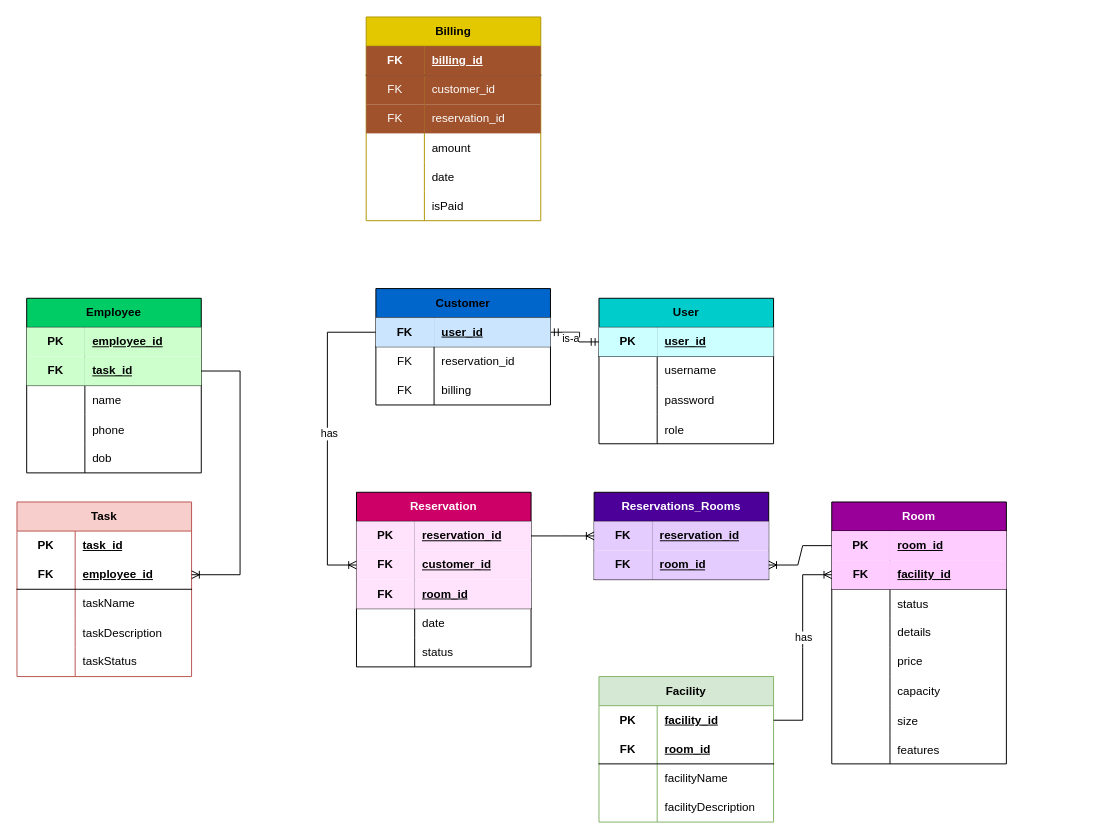
The draw.io diagram HotelManagmentSystemER.drawio in dana-akesh/hotel-management-system, before the edit. Source tidied: cells renumbered, new cells numbered last; positions are measured from the earlier drawing's top-left corner, leaving out a move shared by most shapes. Both pictures are drawn from the tidied source at 97%, with x=0, y=0 at pixel (16, 16).
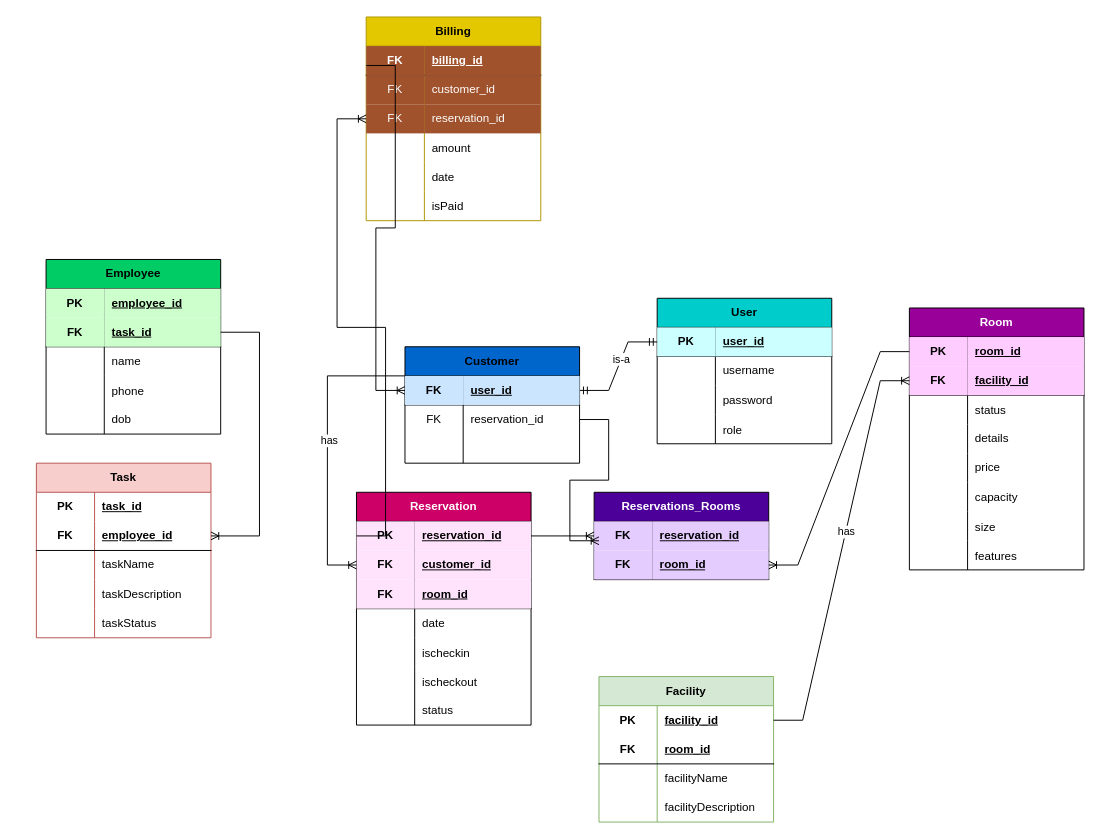
The same diagram, later.

The change refers to these unchanged cells:
```xml
<mxCell id="6" style="shape=tableRow;horizontal=0;startSize=0;swimlaneHead=0;swimlaneBody=0;fillColor=none;points=[[0,0.5],[1,0.5]];portConstraint=eastwest;top=0;left=0;right=0;bottom=1;html=1;" parent="2" vertex="1">
  <mxGeometry y="60" width="180" height="30" as="geometry" />
</mxCell>
<mxCell id="44" style="shape=tableRow;horizontal=0;startSize=0;swimlaneHead=0;swimlaneBody=0;fillColor=none;points=[[0,0.5],[1,0.5]];portConstraint=eastwest;top=0;left=0;right=0;bottom=0;html=1;" parent="43" vertex="1">
  <mxGeometry y="30" width="180" height="30" as="geometry" />
</mxCell>
<mxCell id="47" style="shape=tableRow;horizontal=0;startSize=0;swimlaneHead=0;swimlaneBody=0;fillColor=none;points=[[0,0.5],[1,0.5]];portConstraint=eastwest;top=0;left=0;right=0;bottom=0;" parent="43" vertex="1">
  <mxGeometry y="60" width="180" height="30" as="geometry" />
</mxCell>
<mxCell id="104" style="shape=tableRow;horizontal=0;startSize=0;swimlaneHead=0;swimlaneBody=0;fillColor=none;points=[[0,0.5],[1,0.5]];portConstraint=eastwest;top=0;left=0;right=0;bottom=1;html=1;" parent="100" vertex="1">
  <mxGeometry y="60" width="180" height="30" as="geometry" />
</mxCell>
<mxCell id="118" style="shape=tableRow;horizontal=0;startSize=0;swimlaneHead=0;swimlaneBody=0;fillColor=none;points=[[0,0.5],[1,0.5]];portConstraint=eastwest;top=0;left=0;right=0;bottom=1;html=1;strokeColor=#000000;" parent="117" vertex="1">
  <mxGeometry y="30" width="180" height="30" as="geometry" />
</mxCell>
<mxCell id="121" style="shape=tableRow;horizontal=0;startSize=0;swimlaneHead=0;swimlaneBody=0;fillColor=none;points=[[0,0.5],[1,0.5]];portConstraint=eastwest;top=0;left=0;right=0;bottom=0;" parent="117" vertex="1">
  <mxGeometry y="60" width="180" height="30" as="geometry" />
</mxCell>
<mxCell id="124" style="shape=tableRow;horizontal=0;startSize=0;swimlaneHead=0;swimlaneBody=0;fillColor=none;top=0;left=0;right=0;bottom=0;" parent="117" vertex="1">
  <mxGeometry y="90" width="180" height="30" as="geometry" />
</mxCell>
<mxCell id="134" style="shape=tableRow;horizontal=0;startSize=0;swimlaneHead=0;swimlaneBody=0;fillColor=none;points=[[0,0.5],[1,0.5]];portConstraint=eastwest;top=0;left=0;right=0;bottom=0;" parent="127" vertex="1">
  <mxGeometry y="90" width="180" height="30" as="geometry" />
</mxCell>
```

Change to the diagram source:
```diff
@@
     <mxCell id="2" value="Employee" style="shape=table;startSize=30;childLayout=tableLayout;rowLines=0;fontStyle=1;align=center;html=1;whiteSpace=wrap;fillColor=#00CC66;" parent="1" vertex="1">
-      <mxGeometry x="10" y="290" width="180" height="180" as="geometry" />
+      <mxGeometry x="30" y="250" width="180" height="180" as="geometry" />
     </mxCell>
@@
     <mxCell id="18" value="&lt;font color=&quot;#ffffff&quot;&gt;Room&lt;/font&gt;" style="shape=table;startSize=30;childLayout=tableLayout;rowLines=0;fontStyle=1;align=center;html=1;whiteSpace=wrap;fillColor=#990099;" parent="1" vertex="1">
-      <mxGeometry x="840" y="500" width="180" height="270" as="geometry" />
+      <mxGeometry x="920" y="300" width="180" height="270" as="geometry" />
     </mxCell>
@@
     <mxCell id="43" value="&lt;b&gt;&lt;font color=&quot;#ffffff&quot;&gt;Reservation&lt;/font&gt;&lt;/b&gt;" style="shape=table;startSize=30;childLayout=tableLayout;rowLines=0;fontStyle=1;align=center;html=1;whiteSpace=wrap;fillColor=#CC0066;" parent="1" vertex="1">
-      <mxGeometry x="350" y="490" width="180" height="180" as="geometry" />
+      <mxGeometry x="350" y="490" width="180" height="240" as="geometry" />
     </mxCell>
@@
+    <mxCell id="146" style="shape=tableRow;horizontal=0;startSize=0;swimlaneHead=0;swimlaneBody=0;fillColor=none;top=0;left=0;right=0;bottom=0;" parent="43" vertex="1">
+      <mxGeometry y="150" width="180" height="30" as="geometry" />
+    </mxCell>
+    <mxCell id="147" style="shape=partialRectangle;fillColor=none;top=0;left=0;bottom=0;right=0;overflow=hidden;" parent="146" vertex="1">
+      <mxGeometry width="60" height="30" as="geometry" />
+    </mxCell>
+    <mxCell id="148" value="ischeckin" style="shape=partialRectangle;fillColor=none;top=0;left=0;bottom=0;right=0;align=left;spacingLeft=6;overflow=hidden;" parent="146" vertex="1">
+      <mxGeometry x="60" width="120" height="30" as="geometry" />
+    </mxCell>
+    <mxCell id="149" style="shape=tableRow;horizontal=0;startSize=0;swimlaneHead=0;swimlaneBody=0;fillColor=none;top=0;left=0;right=0;bottom=0;" parent="43" vertex="1">
+      <mxGeometry y="180" width="180" height="30" as="geometry" />
+    </mxCell>
+    <mxCell id="150" style="shape=partialRectangle;fillColor=none;top=0;left=0;bottom=0;right=0;overflow=hidden;" parent="149" vertex="1">
+      <mxGeometry width="60" height="30" as="geometry" />
+    </mxCell>
+    <mxCell id="151" value="ischeckout" style="shape=partialRectangle;fillColor=none;top=0;left=0;bottom=0;right=0;align=left;spacingLeft=6;overflow=hidden;" parent="149" vertex="1">
+      <mxGeometry x="60" width="120" height="30" as="geometry" />
+    </mxCell>
     <mxCell id="56" style="shape=tableRow;horizontal=0;startSize=0;swimlaneHead=0;swimlaneBody=0;fillColor=none;top=0;left=0;right=0;bottom=0;html=1;" parent="43" vertex="1">
-      <mxGeometry y="150" width="180" height="30" as="geometry" />
+      <mxGeometry y="210" width="180" height="30" as="geometry" />
     </mxCell>
@@
-    <mxCell id="66" style="edgeStyle=elbowEdgeStyle;fontSize=12;html=1;endArrow=ERoneToMany;rounded=0;entryX=0;entryY=0.5;entryDx=0;entryDy=0;exitX=0;exitY=0.5;exitDx=0;exitDy=0;" parent="1" edge="1" target="47">
+    <mxCell id="66" style="edgeStyle=elbowEdgeStyle;fontSize=12;html=1;endArrow=ERoneToMany;rounded=0;entryX=0;entryY=0.5;entryDx=0;entryDy=0;exitX=0;exitY=0;exitDx=0;exitDy=0;exitPerimeter=0;" parent="1" edge="1" source="118" target="47">
       <mxGeometry relative="1" as="geometry">
-        <mxPoint x="370" y="325" as="sourcePoint" />
         <Array as="points">
           <mxPoint x="320" y="450" />
         </Array>
       </mxGeometry>
     </mxCell>
@@
     <mxCell id="83" value="User" style="shape=table;startSize=30;childLayout=tableLayout;rowLines=0;fontStyle=1;align=center;html=1;whiteSpace=wrap;fillColor=#00CCCC;" parent="1" vertex="1">
-      <mxGeometry x="600" y="290" width="180" height="150" as="geometry" />
+      <mxGeometry x="660" y="290" width="180" height="150" as="geometry" />
     </mxCell>
@@
     <mxCell id="100" value="Task" style="shape=table;startSize=30;childLayout=tableLayout;rowLines=0;fontStyle=1;align=center;html=1;whiteSpace=wrap;fillColor=#f8cecc;strokeColor=#b85450;" parent="1" vertex="1">
-      <mxGeometry y="500" width="180" height="180" as="geometry" />
+      <mxGeometry x="20" y="460" width="180" height="180" as="geometry" />
     </mxCell>
@@
     <mxCell id="116" style="edgeStyle=elbowEdgeStyle;fontSize=12;html=1;endArrow=ERoneToMany;rounded=0;exitX=1;exitY=0.5;exitDx=0;exitDy=0;entryX=1;entryY=0.5;entryDx=0;entryDy=0;" parent="1" edge="1" source="6" target="104">
       <mxGeometry relative="1" as="geometry">
         <Array as="points">
-          <mxPoint x="230" y="455" />
+          <mxPoint x="250" y="415" />
         </Array>
       </mxGeometry>
     </mxCell>
     <mxCell id="117" value="Customer" style="shape=table;startSize=30;childLayout=tableLayout;rowLines=0;fontStyle=1;align=center;html=1;whiteSpace=wrap;fillColor=#0066CC;" parent="1" vertex="1">
-      <mxGeometry x="370" y="280" width="180" height="120" as="geometry" />
+      <mxGeometry x="400" y="340" width="180" height="120" as="geometry" />
     </mxCell>
@@
-    <mxCell id="125" value="FK" style="shape=partialRectangle;fillColor=none;top=0;left=0;bottom=0;right=0;fontStyle=0;overflow=hidden;whiteSpace=wrap;html=1;" parent="124" vertex="1">
+    <mxCell id="125" style="shape=partialRectangle;fillColor=none;top=0;left=0;bottom=0;right=0;fontStyle=0;overflow=hidden;whiteSpace=wrap;html=1;" parent="124" vertex="1">
       <mxGeometry width="60" height="30" as="geometry" />
     </mxCell>
-    <mxCell id="126" value="billing" style="shape=partialRectangle;fillColor=none;top=0;left=0;bottom=0;right=0;align=left;spacingLeft=6;fontStyle=0;overflow=hidden;whiteSpace=wrap;html=1;" parent="124" vertex="1">
+    <mxCell id="126" style="shape=partialRectangle;fillColor=none;top=0;left=0;bottom=0;right=0;align=left;spacingLeft=6;fontStyle=0;overflow=hidden;whiteSpace=wrap;html=1;" parent="124" vertex="1">
       <mxGeometry x="60" width="120" height="30" as="geometry" />
     </mxCell>
@@
+    <mxCell id="152" style="edgeStyle=entityRelationEdgeStyle;fontSize=12;html=1;endArrow=ERoneToMany;rounded=0;entryX=0;entryY=0.5;entryDx=0;entryDy=0;" parent="1" edge="1" target="118">
+      <mxGeometry relative="1" as="geometry">
+        <mxPoint x="360" y="50" as="sourcePoint" />
+        <Array as="points">
+          <mxPoint x="320" y="120" />
+        </Array>
+      </mxGeometry>
+    </mxCell>
+    <mxCell id="153" style="edgeStyle=entityRelationEdgeStyle;fontSize=12;html=1;endArrow=ERoneToMany;rounded=0;entryX=0;entryY=0.5;entryDx=0;entryDy=0;exitX=0;exitY=0.5;exitDx=0;exitDy=0;" parent="1" edge="1" source="44" target="134">
+      <mxGeometry relative="1" as="geometry" />
+    </mxCell>
+    <mxCell id="154" style="edgeStyle=entityRelationEdgeStyle;fontSize=12;html=1;endArrow=ERoneToMany;rounded=0;exitX=1;exitY=0.5;exitDx=0;exitDy=0;" parent="1" edge="1" source="121">
+      <mxGeometry relative="1" as="geometry">
+        <mxPoint x="600" y="540" as="targetPoint" />
+      </mxGeometry>
+    </mxCell>
```
